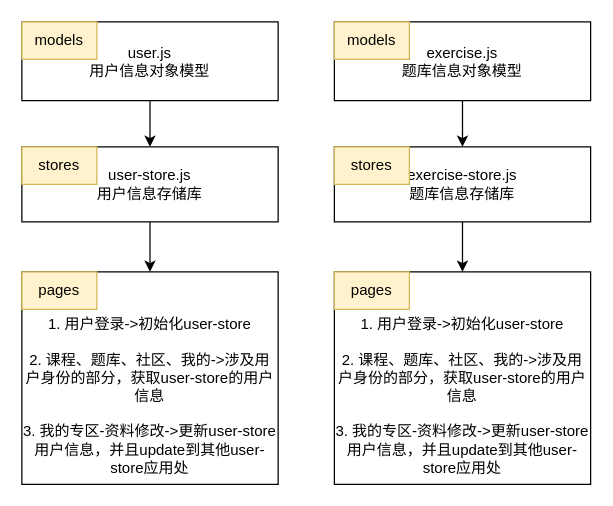
Ekko306/diagrams.net keeps this draw.io diagram as westore1.drawio. Above is the earlier version. Source tidied: cells renumbered, new cells numbered last; positions are measured from the earlier drawing's top-left corner, leaving out a move shared by most shapes. Both pictures are drawn from the tidied source at 125%, with x=0, y=0 at pixel (21, 21).
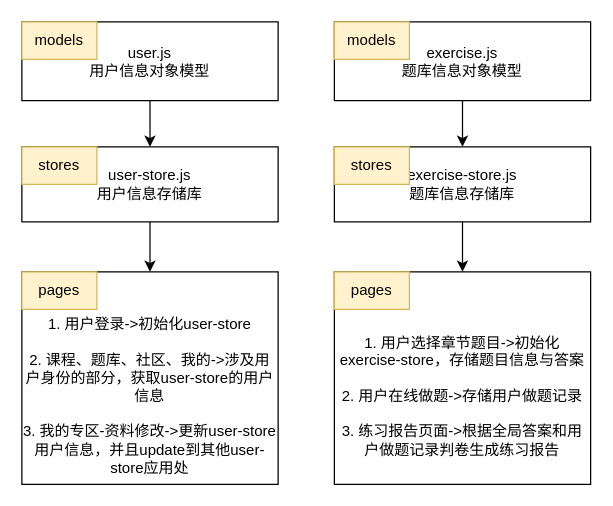
The same diagram, later.

The edit, as a diff of the source:
```diff
@@
 <mxGraphModel>
   <root>
     <mxCell id="0" />
     <mxCell id="1" parent="0" />
     <mxCell id="2" style="edgeStyle=orthogonalEdgeStyle;rounded=0;jettySize=auto;html=1;" parent="1" edge="1" source="3" target="6">
       <mxGeometry relative="1" as="geometry" />
     </mxCell>
     <mxCell id="3" value="user.js&lt;br&gt;用户信息对象模型" style="rounded=0;whiteSpace=wrap;html=1;" parent="1" vertex="1">
       <mxGeometry width="205" height="63" as="geometry" />
     </mxCell>
     <mxCell id="4" value="models" style="text;html=1;strokeColor=#d6b656;fillColor=#fff2cc;align=center;verticalAlign=middle;whiteSpace=wrap;rounded=0;perimeterSpacing=12;" parent="1" vertex="1">
       <mxGeometry width="60" height="30" as="geometry" />
     </mxCell>
     <mxCell id="5" style="edgeStyle=orthogonalEdgeStyle;rounded=0;jettySize=auto;html=1;entryX=0.5;entryY=0;entryDx=0;entryDy=0;" parent="1" edge="1" source="6" target="8">
       <mxGeometry relative="1" as="geometry" />
     </mxCell>
     <mxCell id="6" value="user-store.js&lt;br&gt;用户信息存储库" style="rounded=0;whiteSpace=wrap;html=1;" parent="1" vertex="1">
       <mxGeometry y="100" width="205" height="60" as="geometry" />
     </mxCell>
     <mxCell id="7" value="stores" style="text;html=1;strokeColor=#d6b656;fillColor=#fff2cc;align=center;verticalAlign=middle;whiteSpace=wrap;rounded=0;" parent="1" vertex="1">
       <mxGeometry y="100" width="60" height="30" as="geometry" />
     </mxCell>
     <mxCell id="8" value="&lt;br&gt;&lt;br&gt;1. 用户登录-&amp;gt;初始化user-store&lt;br&gt;&lt;br&gt;2. 课程、题库、社区、我的-&amp;gt;涉及用户身份的部分，获取user-store的用户信息&lt;br&gt;&lt;br&gt;3. 我的专区-资料修改-&amp;gt;更新user-store用户信息，并且update到其他user-store应用处" style="rounded=0;whiteSpace=wrap;html=1;" parent="1" vertex="1">
       <mxGeometry y="200" width="205" height="170" as="geometry" />
     </mxCell>
     <mxCell id="9" value="pages" style="text;html=1;strokeColor=#d6b656;fillColor=#fff2cc;align=center;verticalAlign=middle;whiteSpace=wrap;rounded=0;" parent="1" vertex="1">
       <mxGeometry y="200" width="60" height="30" as="geometry" />
     </mxCell>
     <mxCell id="10" style="edgeStyle=orthogonalEdgeStyle;rounded=0;jettySize=auto;html=1;" parent="1" edge="1" source="11" target="14">
       <mxGeometry relative="1" as="geometry" />
     </mxCell>
     <mxCell id="11" value="exercise.js&lt;br&gt;题库信息对象模型" style="rounded=0;whiteSpace=wrap;html=1;" parent="1" vertex="1">
       <mxGeometry x="250" width="205" height="63" as="geometry" />
     </mxCell>
     <mxCell id="12" value="models" style="text;html=1;strokeColor=#d6b656;fillColor=#fff2cc;align=center;verticalAlign=middle;whiteSpace=wrap;rounded=0;perimeterSpacing=12;" parent="1" vertex="1">
       <mxGeometry x="250" width="60" height="30" as="geometry" />
     </mxCell>
     <mxCell id="13" style="edgeStyle=orthogonalEdgeStyle;rounded=0;jettySize=auto;html=1;entryX=0.5;entryY=0;entryDx=0;entryDy=0;" parent="1" edge="1" source="14" target="16">
       <mxGeometry relative="1" as="geometry" />
     </mxCell>
     <mxCell id="14" value="exercise-store.js&lt;br&gt;题库信息存储库" style="rounded=0;whiteSpace=wrap;html=1;" parent="1" vertex="1">
       <mxGeometry x="250" y="100" width="205" height="60" as="geometry" />
     </mxCell>
     <mxCell id="15" value="stores" style="text;html=1;strokeColor=#d6b656;fillColor=#fff2cc;align=center;verticalAlign=middle;whiteSpace=wrap;rounded=0;" parent="1" vertex="1">
       <mxGeometry x="250" y="100" width="60" height="30" as="geometry" />
     </mxCell>
-    <mxCell id="16" value="&lt;br&gt;&lt;br&gt;1. 用户登录-&amp;gt;初始化user-store&lt;br&gt;&lt;br&gt;2. 课程、题库、社区、我的-&amp;gt;涉及用户身份的部分，获取user-store的用户信息&lt;br&gt;&lt;br&gt;3. 我的专区-资料修改-&amp;gt;更新user-store用户信息，并且update到其他user-store应用处" style="rounded=0;whiteSpace=wrap;html=1;" parent="1" vertex="1">
+    <mxCell id="16" value="&lt;br&gt;&lt;br&gt;1. 用户选择章节题目-&amp;gt;初始化exercise-store，存储题目信息与答案&lt;br&gt;&lt;br&gt;2. 用户在线做题-&amp;gt;存储用户做题记录&lt;br&gt;&lt;br&gt;3. 练习报告页面-&amp;gt;根据全局答案和用户做题记录判卷生成练习报告" style="rounded=0;whiteSpace=wrap;html=1;" parent="1" vertex="1">
       <mxGeometry x="250" y="200" width="205" height="170" as="geometry" />
     </mxCell>
     <mxCell id="17" value="pages" style="text;html=1;strokeColor=#d6b656;fillColor=#fff2cc;align=center;verticalAlign=middle;whiteSpace=wrap;rounded=0;" parent="1" vertex="1">
       <mxGeometry x="250" y="200" width="60" height="30" as="geometry" />
     </mxCell>
   </root>
 </mxGraphModel>
```
